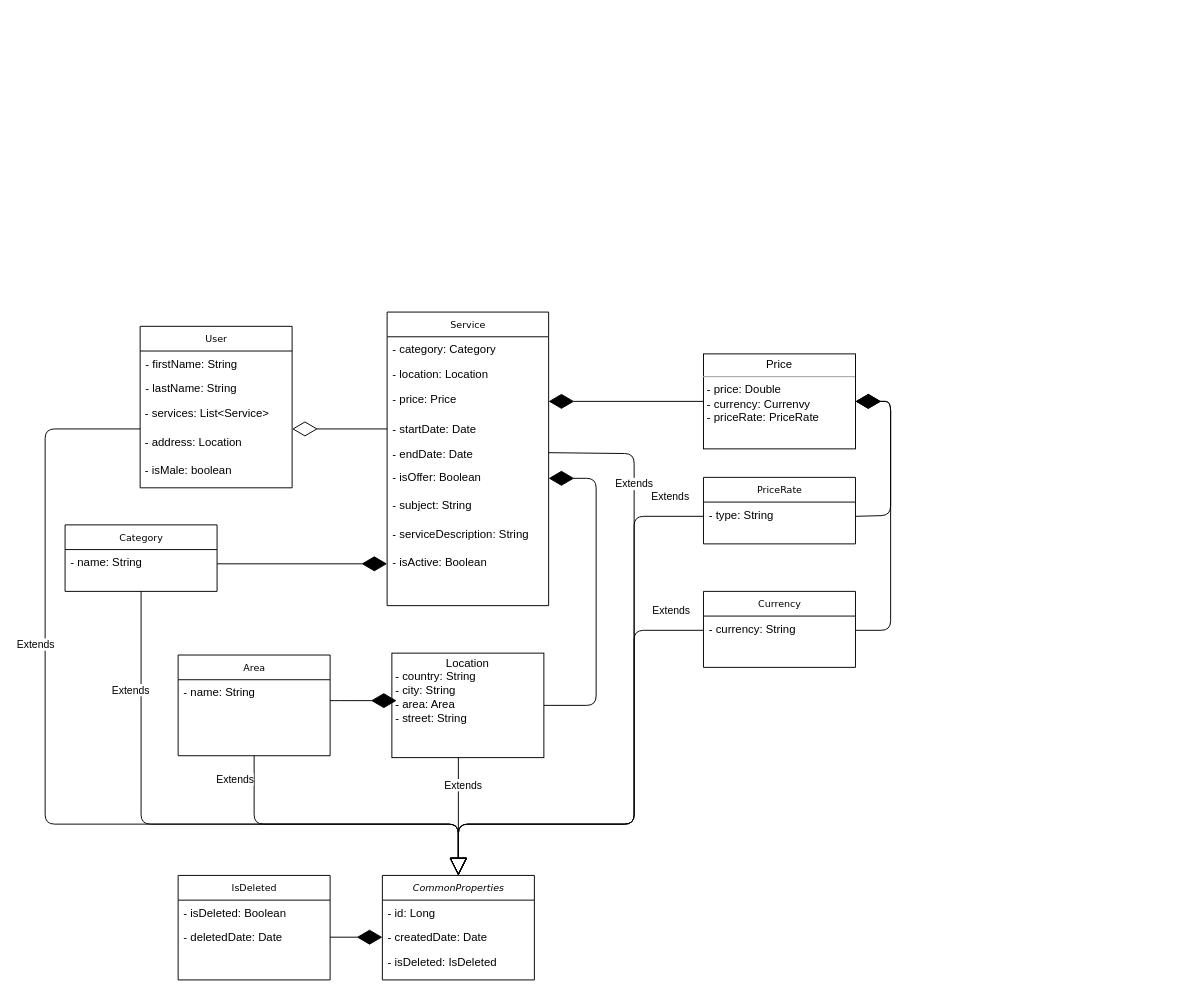
Earlier version of the draw.io diagram HelppyUML.drawio (StanislavRa/group_A_Helppy). Source tidied: cells renumbered, new cells numbered last; positions are measured from the earlier drawing's top-left corner, leaving out a move shared by most shapes. Both pictures are drawn from the tidied source at 95%, with x=0, y=0 at pixel (45, 312).
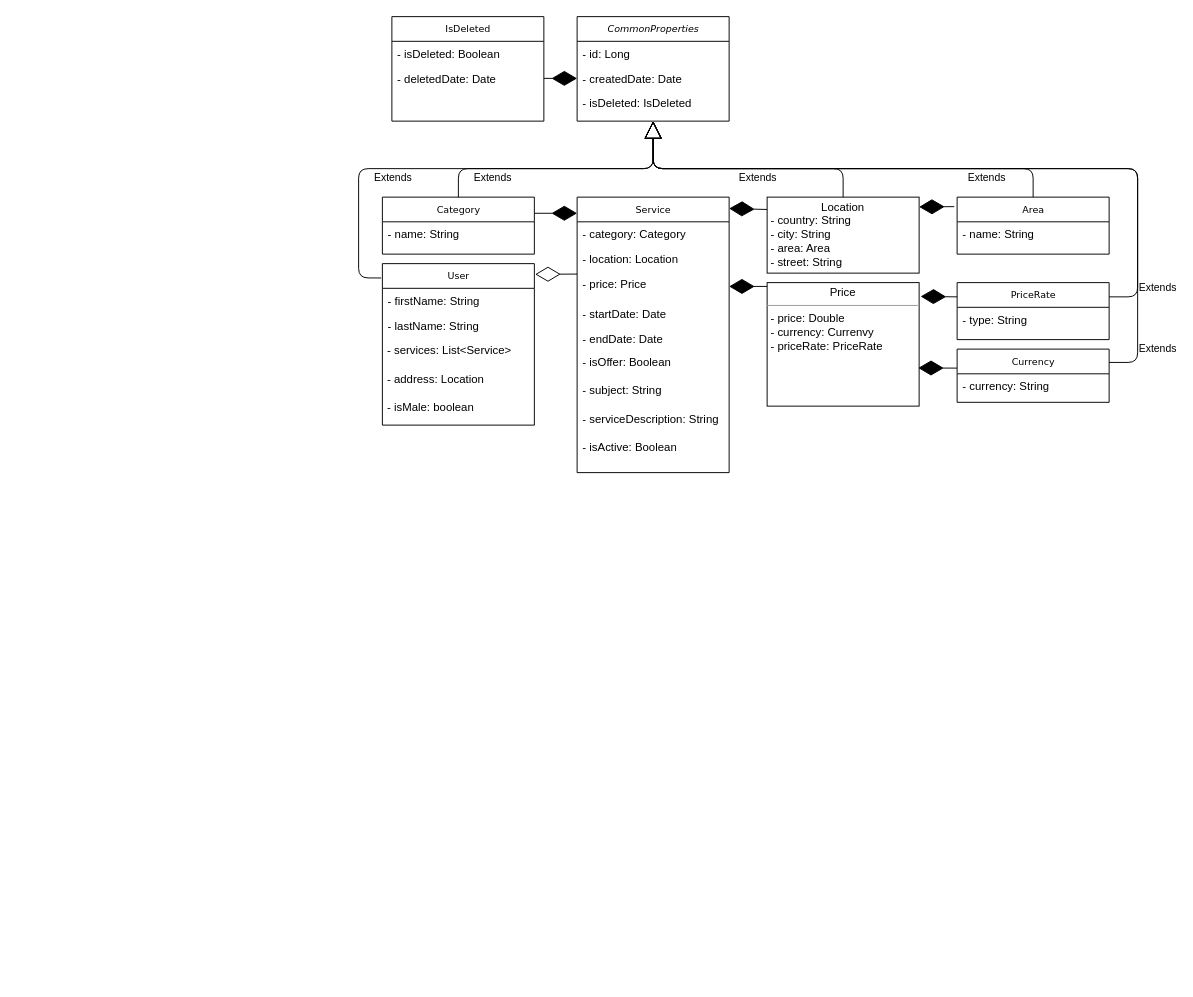
The same diagram, later.

The change refers to these unchanged cells:
```xml
<mxCell id="3" value="- name: String" style="text;html=1;strokeColor=none;fillColor=none;align=left;verticalAlign=top;spacingLeft=4;spacingRight=4;whiteSpace=wrap;overflow=hidden;points=[[0,0.5],[1,0.5]];portConstraint=eastwest;" parent="2" vertex="1">
  <mxGeometry y="26" width="160" height="30" as="geometry" />
</mxCell>
<mxCell id="46" value="&amp;nbsp;- address: Location" style="text;html=1;" parent="42" vertex="1">
  <mxGeometry y="108" width="160" height="30" as="geometry" />
</mxCell>
```

The edit, as a diff of the source:
```diff
@@
     <mxCell id="2" value="Category" style="swimlane;html=1;fontStyle=0;horizontal=1;startSize=26;fillColor=none;swimlaneFillColor=#ffffff;rounded=0;shadow=0;comic=0;labelBackgroundColor=none;strokeWidth=1;fontFamily=Verdana;fontSize=10;align=center;" parent="1" vertex="1">
-      <mxGeometry x="21" y="224" width="160" height="70" as="geometry" />
+      <mxGeometry x="355" y="-121" width="160" height="60" as="geometry" />
     </mxCell>
@@
     <mxCell id="4" value="Service" style="swimlane;html=1;fontStyle=0;horizontal=1;startSize=26;fillColor=none;swimlaneFillColor=#ffffff;rounded=0;shadow=0;comic=0;labelBackgroundColor=none;strokeWidth=1;fontFamily=Verdana;fontSize=10;align=center;" parent="1" vertex="1">
-      <mxGeometry x="360" width="170" height="309" as="geometry" />
+      <mxGeometry x="560" y="-121" width="160" height="290" as="geometry" />
     </mxCell>
     <mxCell id="5" value="- category: Category" style="text;html=1;strokeColor=none;fillColor=none;align=left;verticalAlign=top;spacingLeft=4;spacingRight=4;whiteSpace=wrap;overflow=hidden;" parent="4" vertex="1">
-      <mxGeometry y="26" width="170" height="26" as="geometry" />
+      <mxGeometry y="26" width="160" height="26" as="geometry" />
     </mxCell>
     <mxCell id="6" value="- location: Location" style="text;html=1;strokeColor=none;fillColor=none;align=left;verticalAlign=top;spacingLeft=4;spacingRight=4;whiteSpace=wrap;overflow=hidden;" parent="4" vertex="1">
-      <mxGeometry y="52" width="170" height="26" as="geometry" />
+      <mxGeometry y="52" width="160" height="26" as="geometry" />
     </mxCell>
     <mxCell id="7" value="- price: Price" style="text;html=1;strokeColor=none;fillColor=none;align=left;verticalAlign=top;spacingLeft=4;spacingRight=4;whiteSpace=wrap;overflow=hidden;points=[[0,0.5],[1,0.5]];portConstraint=eastwest;" parent="4" vertex="1">
-      <mxGeometry y="78" width="170" height="32" as="geometry" />
+      <mxGeometry y="78" width="160" height="32" as="geometry" />
     </mxCell>
     <mxCell id="8" value="- startDate: Date" style="text;html=1;strokeColor=none;fillColor=none;align=left;verticalAlign=top;spacingLeft=4;spacingRight=4;whiteSpace=wrap;overflow=hidden;points=[[0,0.5],[1,0.5]];portConstraint=eastwest;" parent="4" vertex="1">
-      <mxGeometry y="110" width="170" height="26" as="geometry" />
+      <mxGeometry y="110" width="160" height="26" as="geometry" />
     </mxCell>
     <mxCell id="9" value="- endDate: Date" style="text;html=1;strokeColor=none;fillColor=none;align=left;verticalAlign=top;spacingLeft=4;spacingRight=4;whiteSpace=wrap;overflow=hidden;points=[[0,0.5],[1,0.5]];portConstraint=eastwest;" parent="4" vertex="1">
-      <mxGeometry y="136" width="170" height="24" as="geometry" />
+      <mxGeometry y="136" width="160" height="24" as="geometry" />
     </mxCell>
     <mxCell id="10" value="- isOffer: Boolean" style="text;html=1;strokeColor=none;fillColor=none;align=left;verticalAlign=top;spacingLeft=4;spacingRight=4;whiteSpace=wrap;overflow=hidden;points=[[0,0.5],[1,0.5]];portConstraint=eastwest;" parent="4" vertex="1">
-      <mxGeometry y="160" width="170" height="30" as="geometry" />
+      <mxGeometry y="160" width="160" height="30" as="geometry" />
     </mxCell>
     <mxCell id="11" value="- subject: String" style="text;html=1;strokeColor=none;fillColor=none;align=left;verticalAlign=top;spacingLeft=4;spacingRight=4;whiteSpace=wrap;overflow=hidden;" parent="4" vertex="1">
-      <mxGeometry y="190" width="170" height="30" as="geometry" />
+      <mxGeometry y="190" width="160" height="30" as="geometry" />
     </mxCell>
     <mxCell id="12" value="- serviceDescription: String" style="text;html=1;strokeColor=none;fillColor=none;align=left;verticalAlign=top;spacingLeft=4;spacingRight=4;whiteSpace=wrap;overflow=hidden;" parent="4" vertex="1">
-      <mxGeometry y="220" width="170" height="30" as="geometry" />
+      <mxGeometry y="220" width="160" height="30" as="geometry" />
     </mxCell>
     <mxCell id="13" value="- isActive: Boolean" style="text;html=1;strokeColor=none;fillColor=none;align=left;verticalAlign=top;spacingLeft=4;spacingRight=4;whiteSpace=wrap;overflow=hidden;points=[[0,0.5],[1,0.5]];portConstraint=eastwest;" parent="4" vertex="1">
-      <mxGeometry y="250" width="170" height="30" as="geometry" />
+      <mxGeometry y="250" width="160" height="30" as="geometry" />
     </mxCell>
     <mxCell id="14" value="&lt;p style=&quot;margin: 0px ; margin-top: 4px ; text-align: center&quot;&gt;Location&lt;/p&gt;&lt;p style=&quot;margin: 0px ; margin-left: 4px&quot;&gt;- country: String&lt;/p&gt;&lt;p style=&quot;margin: 0px ; margin-left: 4px&quot;&gt;- city: String&lt;/p&gt;&lt;p style=&quot;margin: 0px ; margin-left: 4px&quot;&gt;- area: Area&lt;/p&gt;&lt;p style=&quot;margin: 0px ; margin-left: 4px&quot;&gt;- street: String&lt;/p&gt;" style="verticalAlign=top;align=left;overflow=fill;fontSize=12;fontFamily=Helvetica;html=1;rounded=0;shadow=0;comic=0;labelBackgroundColor=none;strokeWidth=1;" parent="1" vertex="1">
-      <mxGeometry x="365" y="359" width="160" height="110" as="geometry" />
+      <mxGeometry x="760" y="-121" width="160" height="80" as="geometry" />
     </mxCell>
     <mxCell id="15" value="&lt;p style=&quot;margin: 0px ; margin-top: 4px ; text-align: center&quot;&gt;Price&lt;/p&gt;&lt;hr size=&quot;1&quot;&gt;&lt;p style=&quot;margin: 0px ; margin-left: 4px&quot;&gt;- price: Double&lt;/p&gt;&lt;p style=&quot;margin: 0px ; margin-left: 4px&quot;&gt;- currency: Currenvy&lt;/p&gt;&lt;p style=&quot;margin: 0px ; margin-left: 4px&quot;&gt;- priceRate: PriceRate&lt;/p&gt;" style="verticalAlign=top;align=left;overflow=fill;fontSize=12;fontFamily=Helvetica;html=1;rounded=0;shadow=0;comic=0;labelBackgroundColor=none;strokeWidth=1;" parent="1" vertex="1">
-      <mxGeometry x="693" y="44" width="160" height="100" as="geometry" />
+      <mxGeometry x="760" y="-31" width="160" height="130" as="geometry" />
     </mxCell>
     <mxCell id="16" value="IsDeleted" style="swimlane;html=1;fontStyle=0;horizontal=1;startSize=26;fillColor=none;swimlaneFillColor=#ffffff;rounded=0;shadow=0;comic=0;labelBackgroundColor=none;strokeWidth=1;fontFamily=Verdana;fontSize=10;align=center;" parent="1" vertex="1">
-      <mxGeometry x="140" y="593" width="160" height="110" as="geometry" />
+      <mxGeometry x="365" y="-311" width="160" height="110" as="geometry" />
     </mxCell>
@@
-    <mxCell id="19" value="Area" style="swimlane;html=1;fontStyle=0;horizontal=1;startSize=26;fillColor=none;swimlaneFillColor=#ffffff;rounded=0;shadow=0;comic=0;labelBackgroundColor=none;strokeWidth=1;fontFamily=Verdana;fontSize=10;align=center;" parent="1" vertex="1">
-      <mxGeometry x="140" y="361" width="160" height="106" as="geometry" />
-    </mxCell>
-    <mxCell id="20" value="- name: String" style="text;html=1;strokeColor=none;fillColor=none;align=left;verticalAlign=top;spacingLeft=4;spacingRight=4;whiteSpace=wrap;overflow=hidden;" parent="19" vertex="1">
-      <mxGeometry y="26" width="160" height="30" as="geometry" />
-    </mxCell>
     <mxCell id="21" value="PriceRate" style="swimlane;html=1;fontStyle=0;horizontal=1;startSize=26;fillColor=none;swimlaneFillColor=#ffffff;rounded=0;shadow=0;comic=0;labelBackgroundColor=none;strokeWidth=1;fontFamily=Verdana;fontSize=10;align=center;" parent="1" vertex="1">
-      <mxGeometry x="693" y="174" width="160" height="70" as="geometry" />
+      <mxGeometry x="960" y="-31" width="160" height="60" as="geometry" />
     </mxCell>
     <mxCell id="22" value="- type: String" style="text;html=1;strokeColor=none;fillColor=none;align=left;verticalAlign=top;spacingLeft=4;spacingRight=4;whiteSpace=wrap;overflow=hidden;points=[[0,0.5],[1,0.5]];portConstraint=eastwest;" parent="21" vertex="1">
-      <mxGeometry y="26" width="160" height="30" as="geometry" />
+      <mxGeometry y="26" width="160" height="34" as="geometry" />
     </mxCell>
-    <mxCell id="23" value="Currency" style="swimlane;html=1;fontStyle=0;horizontal=1;startSize=26;fillColor=none;swimlaneFillColor=#ffffff;rounded=0;shadow=0;comic=0;labelBackgroundColor=none;strokeWidth=1;fontFamily=Verdana;fontSize=10;align=center;" parent="1" vertex="1">
-      <mxGeometry x="693" y="294" width="160" height="80" as="geometry" />
-    </mxCell>
-    <mxCell id="24" value="- currency:&amp;nbsp;String" style="text;html=1;strokeColor=none;fillColor=none;align=left;verticalAlign=top;spacingLeft=4;spacingRight=4;whiteSpace=wrap;overflow=hidden;points=[[0,0.5],[1,0.5]];portConstraint=eastwest;" parent="23" vertex="1">
-      <mxGeometry y="26" width="160" height="30" as="geometry" />
-    </mxCell>
-    <mxCell id="25" style="endArrow=diamondThin;endFill=1;endSize=24;html=1;exitX=0;exitY=0.5;exitDx=0;exitDy=0;entryX=1;entryY=0.5;entryDx=0;entryDy=0;" parent="1" edge="1" source="15" target="7">
+    <mxCell id="25" style="endArrow=diamondThin;endFill=1;endSize=24;html=1;exitX=0;exitY=0.25;exitDx=0;exitDy=0;entryX=1.01;entryY=0.112;entryDx=0;entryDy=0;entryPerimeter=0;" parent="1" edge="1" source="21" target="15">
       <mxGeometry relative="1" as="geometry" />
     </mxCell>
-    <mxCell id="26" style="endArrow=diamondThin;endFill=1;endSize=24;html=1;exitX=1;exitY=0.5;exitDx=0;exitDy=0;entryX=1;entryY=0.5;entryDx=0;entryDy=0;" parent="1" edge="1" source="14" target="10">
-      <mxGeometry relative="1" as="geometry">
-        <Array as="points">
-          <mxPoint x="580" y="414" />
-          <mxPoint x="580" y="175" />
-        </Array>
-      </mxGeometry>
-    </mxCell>
-    <mxCell id="27" style="endArrow=diamondThin;endFill=1;endSize=24;html=1;exitX=1;exitY=0.5;exitDx=0;exitDy=0;entryX=0;entryY=0.5;entryDx=0;entryDy=0;" parent="1" edge="1" source="3" target="13">
-      <mxGeometry relative="1" as="geometry" />
-    </mxCell>
-    <mxCell id="28" style="endArrow=diamondThin;endFill=1;endSize=24;html=1;" parent="1" edge="1">
-      <mxGeometry relative="1" as="geometry">
-        <mxPoint x="300" y="409" as="sourcePoint" />
-        <mxPoint x="370" y="409" as="targetPoint" />
-        <Array as="points">
-          <mxPoint x="310" y="409" />
-        </Array>
-      </mxGeometry>
-    </mxCell>
-    <mxCell id="29" style="endArrow=diamondThin;endFill=1;endSize=24;html=1;entryX=1;entryY=0.5;entryDx=0;entryDy=0;exitX=1;exitY=0.5;exitDx=0;exitDy=0;" parent="1" edge="1" source="22" target="15">
-      <mxGeometry relative="1" as="geometry">
-        <Array as="points">
-          <mxPoint x="890" y="214" />
-          <mxPoint x="890" y="94" />
-        </Array>
-      </mxGeometry>
-    </mxCell>
-    <mxCell id="30" style="endArrow=diamondThin;endFill=1;endSize=24;html=1;exitX=1;exitY=0.5;exitDx=0;exitDy=0;entryX=1;entryY=0.5;entryDx=0;entryDy=0;" parent="1" edge="1" source="24" target="15">
-      <mxGeometry relative="1" as="geometry">
-        <Array as="points">
-          <mxPoint x="890" y="335" />
-          <mxPoint x="890" y="94" />
-        </Array>
-      </mxGeometry>
-    </mxCell>
     <mxCell id="31" value="&lt;i&gt;CommonProperties&lt;/i&gt;" style="swimlane;html=1;fontStyle=0;horizontal=1;startSize=26;fillColor=none;swimlaneFillColor=#ffffff;rounded=0;shadow=0;comic=0;labelBackgroundColor=none;strokeWidth=1;fontFamily=Verdana;fontSize=10;align=center;" parent="1" vertex="1">
-      <mxGeometry x="355" y="593" width="160" height="110" as="geometry" />
+      <mxGeometry x="560" y="-311" width="160" height="110" as="geometry" />
     </mxCell>
@@
-    <mxCell id="36" value="Extends" style="endArrow=block;endSize=16;endFill=0;html=1;exitX=1;exitY=0.5;exitDx=0;exitDy=0;" parent="1" edge="1" source="9" target="31">
-      <mxGeometry x="-0.74" y="-30" relative="1" as="geometry">
-        <Array as="points">
-          <mxPoint x="620" y="149" />
-          <mxPoint x="620" y="539" />
-          <mxPoint x="435" y="539" />
-        </Array>
-        <mxPoint x="30" y="29" as="offset" />
-      </mxGeometry>
-    </mxCell>
-    <mxCell id="37" value="Extends" style="endArrow=block;endSize=16;endFill=0;html=1;exitX=0.5;exitY=1;exitDx=0;exitDy=0;entryX=0.5;entryY=0;entryDx=0;entryDy=0;" parent="1" edge="1" source="19" target="31">
-      <mxGeometry x="-0.85" y="-20" relative="1" as="geometry">
-        <Array as="points">
-          <mxPoint x="220" y="539" />
-          <mxPoint x="435" y="539" />
-        </Array>
-        <mxPoint y="-1" as="offset" />
-      </mxGeometry>
-    </mxCell>
-    <mxCell id="38" value="Extends" style="endArrow=block;endSize=16;endFill=0;html=1;entryX=0.5;entryY=0;entryDx=0;entryDy=0;" parent="1" edge="1" target="31">
-      <mxGeometry x="-0.52" y="5" relative="1" as="geometry">
-        <mxPoint x="435" y="469" as="sourcePoint" />
-        <mxPoint y="-1" as="offset" />
+    <mxCell id="38" value="Extends" style="endArrow=block;endSize=16;endFill=0;html=1;entryX=0.5;entryY=1;entryDx=0;entryDy=0;exitX=0.5;exitY=0;exitDx=0;exitDy=0;" parent="1" edge="1" source="14" target="31">
+      <mxGeometry x="-0.14" y="10" relative="1" as="geometry">
+        <Array as="points">
+          <mxPoint x="840" y="-151" />
+          <mxPoint x="640" y="-151" />
+        </Array>
       </mxGeometry>
     </mxCell>
-    <mxCell id="39" value="Extends" style="endArrow=block;endSize=16;endFill=0;html=1;exitX=0.5;exitY=1;exitDx=0;exitDy=0;entryX=0.5;entryY=0;entryDx=0;entryDy=0;" parent="1" edge="1" source="2" target="31">
-      <mxGeometry x="-0.67" y="-11" relative="1" as="geometry">
+    <mxCell id="39" value="Extends" style="endArrow=block;endSize=16;endFill=0;html=1;exitX=0.5;exitY=0;exitDx=0;exitDy=0;" parent="1" edge="1" source="2">
+      <mxGeometry x="-0.54" y="-10" relative="1" as="geometry">
+        <mxPoint x="640" y="-201" as="targetPoint" />
         <Array as="points">
-          <mxPoint x="101" y="539" />
-          <mxPoint x="435" y="539" />
+          <mxPoint x="435" y="-151" />
+          <mxPoint x="640" y="-151" />
         </Array>
       </mxGeometry>
     </mxCell>
-    <mxCell id="40" value="Extends" style="endArrow=block;endSize=16;endFill=0;html=1;exitX=0;exitY=0.5;exitDx=0;exitDy=0;entryX=0.5;entryY=0;entryDx=0;entryDy=0;" parent="1" edge="1" source="24" target="31">
-      <mxGeometry x="-0.87" y="-21" relative="1" as="geometry">
-        <Array as="points">
-          <mxPoint x="620" y="335" />
-          <mxPoint x="620" y="539" />
-          <mxPoint x="435" y="539" />
-        </Array>
-      </mxGeometry>
-    </mxCell>
-    <mxCell id="41" value="Extends" style="endArrow=block;endSize=16;endFill=0;html=1;exitX=0;exitY=0.5;exitDx=0;exitDy=0;entryX=0.5;entryY=0;entryDx=0;entryDy=0;" parent="1" edge="1" source="22" target="31">
+    <mxCell id="41" value="Extends" style="endArrow=block;endSize=16;endFill=0;html=1;exitX=1;exitY=0.25;exitDx=0;exitDy=0;" parent="1" edge="1" source="21">
       <mxGeometry x="-0.89" y="-21" relative="1" as="geometry">
+        <mxPoint x="640" y="-201" as="targetPoint" />
         <Array as="points">
-          <mxPoint x="620" y="215" />
-          <mxPoint x="620" y="539" />
-          <mxPoint x="435" y="539" />
+          <mxPoint x="1150" y="-16" />
+          <mxPoint x="1150" y="-151" />
+          <mxPoint x="640" y="-151" />
         </Array>
       </mxGeometry>
     </mxCell>
     <mxCell id="42" value="User" style="swimlane;html=1;fontStyle=0;horizontal=1;startSize=26;fillColor=none;swimlaneFillColor=#ffffff;rounded=0;shadow=0;comic=0;labelBackgroundColor=none;strokeWidth=1;fontFamily=Verdana;fontSize=10;align=center;" parent="1" vertex="1">
-      <mxGeometry x="100" y="15" width="160" height="170" as="geometry" />
+      <mxGeometry x="355" y="-51" width="160" height="170" as="geometry" />
     </mxCell>
@@
-    <mxCell id="48" style="endArrow=diamondThin;endFill=0;endSize=24;html=1;exitX=0;exitY=0.5;exitDx=0;exitDy=0;entryX=1;entryY=0;entryDx=0;entryDy=0;" parent="1" edge="1" source="8" target="46">
-      <mxGeometry relative="1" as="geometry" />
+    <mxCell id="48" style="endArrow=diamondThin;endFill=0;endSize=24;html=1;entryX=1.005;entryY=0.066;entryDx=0;entryDy=0;entryPerimeter=0;" parent="1" edge="1" target="42">
+      <mxGeometry relative="1" as="geometry">
+        <mxPoint x="560" y="-40" as="sourcePoint" />
+      </mxGeometry>
     </mxCell>
-    <mxCell id="49" value="Extends" style="endArrow=block;endSize=16;endFill=0;html=1;exitX=0;exitY=0;exitDx=0;exitDy=0;entryX=0.5;entryY=0;entryDx=0;entryDy=0;" parent="1" edge="1" source="46" target="31">
-      <mxGeometry x="-0.35" y="-10" relative="1" as="geometry">
-        <Array as="points">
-          <mxPoint y="123" />
-          <mxPoint y="539" />
-          <mxPoint x="435" y="539" />
-        </Array>
-      </mxGeometry>
-    </mxCell>
+    <mxCell id="23" value="Currency" style="swimlane;html=1;fontStyle=0;horizontal=1;startSize=26;fillColor=none;swimlaneFillColor=#ffffff;rounded=0;shadow=0;comic=0;labelBackgroundColor=none;strokeWidth=1;fontFamily=Verdana;fontSize=10;align=center;" parent="1" vertex="1">
+      <mxGeometry x="960" y="39" width="160" height="56" as="geometry" />
+    </mxCell>
+    <mxCell id="24" value="- currency:&amp;nbsp;String" style="text;html=1;strokeColor=none;fillColor=none;align=left;verticalAlign=top;spacingLeft=4;spacingRight=4;whiteSpace=wrap;overflow=hidden;points=[[0,0.5],[1,0.5]];portConstraint=eastwest;" parent="23" vertex="1">
+      <mxGeometry y="26" width="160" height="30" as="geometry" />
+    </mxCell>
+    <mxCell id="50" style="endArrow=diamondThin;endFill=1;endSize=24;html=1;entryX=0.994;entryY=0.691;entryDx=0;entryDy=0;entryPerimeter=0;" parent="1" edge="1" target="15">
+      <mxGeometry relative="1" as="geometry">
+        <mxPoint x="960" y="59" as="sourcePoint" />
+      </mxGeometry>
+    </mxCell>
+    <mxCell id="19" value="Area" style="swimlane;html=1;fontStyle=0;horizontal=1;startSize=26;fillColor=none;swimlaneFillColor=#ffffff;rounded=0;shadow=0;comic=0;labelBackgroundColor=none;strokeWidth=1;fontFamily=Verdana;fontSize=10;align=center;" parent="1" vertex="1">
+      <mxGeometry x="960" y="-121" width="160" height="60" as="geometry" />
+    </mxCell>
+    <mxCell id="20" value="- name: String" style="text;html=1;strokeColor=none;fillColor=none;align=left;verticalAlign=top;spacingLeft=4;spacingRight=4;whiteSpace=wrap;overflow=hidden;" parent="19" vertex="1">
+      <mxGeometry y="26" width="160" height="30" as="geometry" />
+    </mxCell>
+    <mxCell id="51" value="Extends" style="endArrow=block;endSize=16;endFill=0;html=1;exitX=-0.008;exitY=0.089;exitDx=0;exitDy=0;exitPerimeter=0;" parent="1" edge="1" source="42">
+      <mxGeometry x="-0.3" y="-10" relative="1" as="geometry">
+        <mxPoint x="640" y="-201" as="targetPoint" />
+        <Array as="points">
+          <mxPoint x="330" y="-36" />
+          <mxPoint x="330" y="-151" />
+          <mxPoint x="520" y="-151" />
+          <mxPoint x="640" y="-151" />
+        </Array>
+      </mxGeometry>
+    </mxCell>
+    <mxCell id="52" style="endArrow=diamondThin;endFill=1;endSize=24;html=1;" parent="1" edge="1">
+      <mxGeometry relative="1" as="geometry">
+        <mxPoint x="760" y="-108" as="sourcePoint" />
+        <mxPoint x="720" y="-109" as="targetPoint" />
+      </mxGeometry>
+    </mxCell>
+    <mxCell id="53" style="endArrow=diamondThin;endFill=1;endSize=24;html=1;entryX=1;entryY=0.5;entryDx=0;entryDy=0;" parent="1" edge="1" target="7">
+      <mxGeometry relative="1" as="geometry">
+        <mxPoint x="760" y="-27" as="sourcePoint" />
+      </mxGeometry>
+    </mxCell>
+    <mxCell id="54" value="Extends" style="endArrow=block;endSize=16;endFill=0;html=1;exitX=0.5;exitY=0;exitDx=0;exitDy=0;" parent="1" edge="1" source="19">
+      <mxGeometry x="-0.67" y="10" relative="1" as="geometry">
+        <mxPoint x="640" y="-201" as="targetPoint" />
+        <Array as="points">
+          <mxPoint x="1040" y="-151" />
+          <mxPoint x="640" y="-151" />
+        </Array>
+      </mxGeometry>
+    </mxCell>
+    <mxCell id="55" style="endArrow=diamondThin;endFill=1;endSize=24;html=1;entryX=1.019;entryY=0.043;entryDx=0;entryDy=0;entryPerimeter=0;" parent="1" edge="1">
+      <mxGeometry relative="1" as="geometry">
+        <mxPoint x="957" y="-111" as="sourcePoint" />
+        <mxPoint x="920" y="-110.7" as="targetPoint" />
+      </mxGeometry>
+    </mxCell>
+    <mxCell id="56" value="Extends" style="endArrow=block;endSize=16;endFill=0;html=1;exitX=1;exitY=0.25;exitDx=0;exitDy=0;" parent="1" edge="1" source="23">
+      <mxGeometry x="-0.89" y="-21" relative="1" as="geometry">
+        <mxPoint x="640" y="-201" as="targetPoint" />
+        <Array as="points">
+          <mxPoint x="1150" y="53" />
+          <mxPoint x="1150" y="-151" />
+          <mxPoint x="640" y="-151" />
+        </Array>
+      </mxGeometry>
+    </mxCell>
+    <mxCell id="57" style="endArrow=diamondThin;endFill=1;endSize=24;html=1;" parent="1" edge="1">
+      <mxGeometry relative="1" as="geometry">
+        <mxPoint x="515" y="-104" as="sourcePoint" />
+        <mxPoint x="560" y="-104" as="targetPoint" />
+      </mxGeometry>
+    </mxCell>
```
